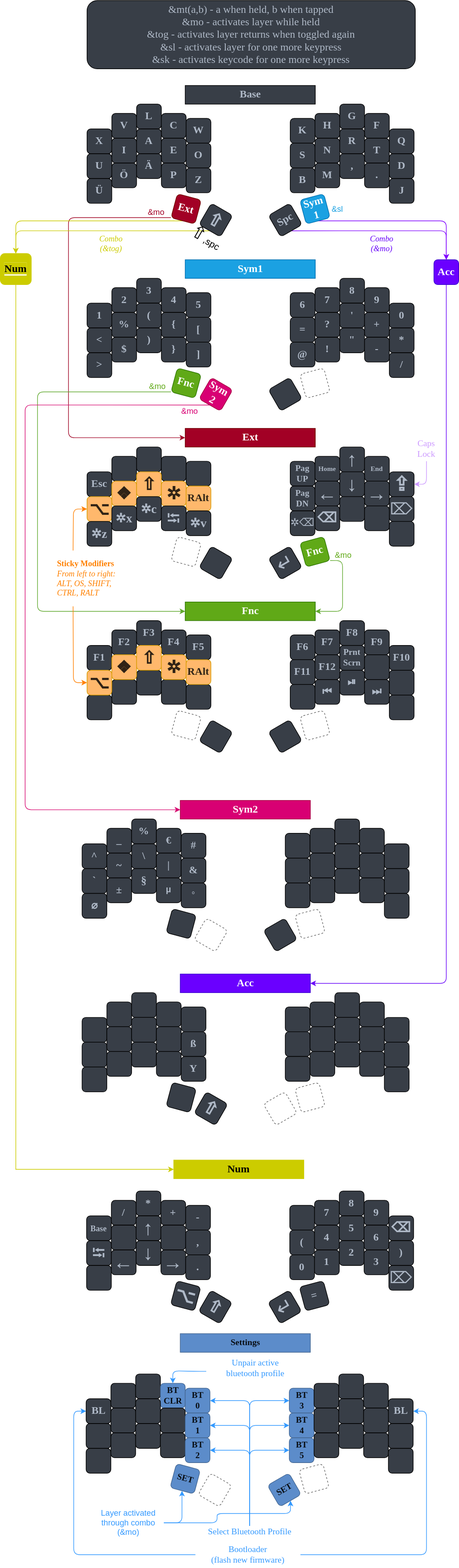
Above: Layout/Sweepd_Neo2.svg in hoyohayo/zmk-config (draw.io), before the change. Source tidied: cells renumbered, new cells last; positions are measured from the earlier drawing's top-left corner, leaving out a move shared by most shapes.
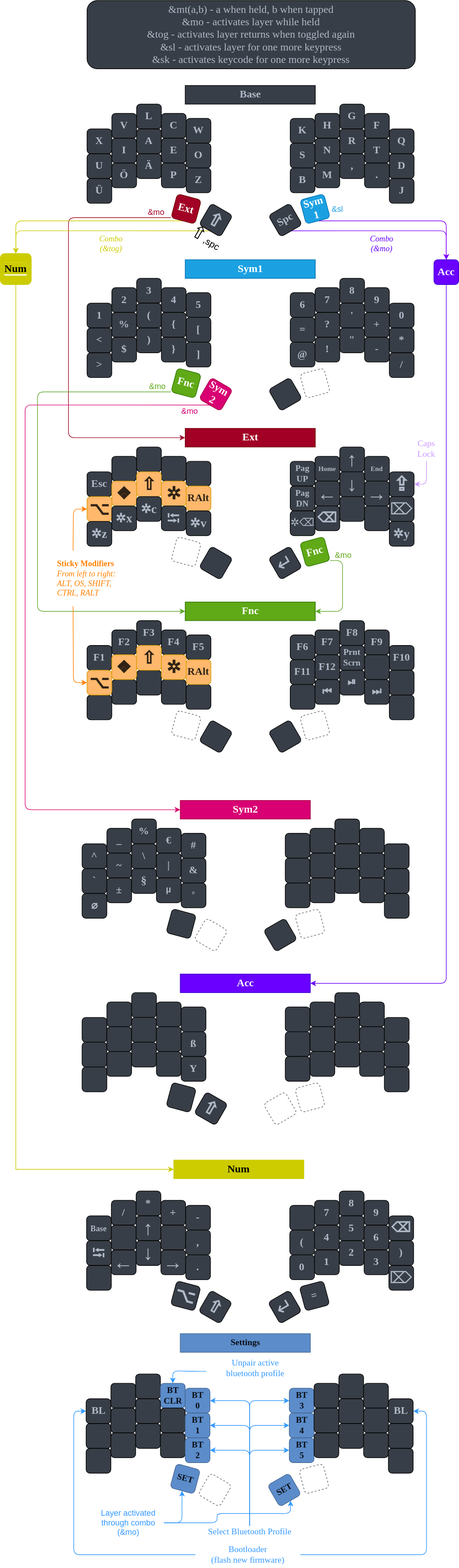
After the commit.

Diff of the diagram source:
```diff
@@ -341,7 +341,7 @@
     <mxCell id="109" style="whiteSpace=wrap;html=1;fontSize=17;fontFamily=Verdana;fontStyle=1;fontColor=#AFB9C7;fillColor=#383E47;rounded=1;" parent="1" vertex="1">
       <mxGeometry x="588" y="815" width="40" height="40" as="geometry" />
     </mxCell>
-    <mxCell id="110" style="whiteSpace=wrap;html=1;fontSize=17;fontFamily=Verdana;fontStyle=1;fontColor=#AFB9C7;fillColor=#383E47;rounded=1;" parent="1" vertex="1">
+    <mxCell id="110" value="&lt;span style=&quot;font-family: &amp;#34;segoe ui emoji&amp;#34; , &amp;#34;apple color emoji&amp;#34; , &amp;#34;noto color emoji&amp;#34; ; font-size: 20px&quot;&gt;✲y&lt;/span&gt;" style="whiteSpace=wrap;html=1;fontSize=17;fontFamily=Verdana;fontStyle=1;fontColor=#AFB9C7;fillColor=#383E47;rounded=1;" parent="1" vertex="1">
       <mxGeometry x="628" y="840" width="40" height="40" as="geometry" />
     </mxCell>
     <mxCell id="111" value="&lt;span style=&quot;font-family: &amp;quot;segoe ui emoji&amp;quot;, &amp;quot;apple color emoji&amp;quot;, &amp;quot;noto color emoji&amp;quot;; font-size: 32px; font-weight: 400;&quot;&gt;↵&lt;/span&gt;" style="whiteSpace=wrap;html=1;rotation=-30;fontSize=17;fontFamily=Verdana;fontStyle=1;fontColor=#AFB9C7;fillColor=#383E47;rounded=1;" parent="1" vertex="1">
```
